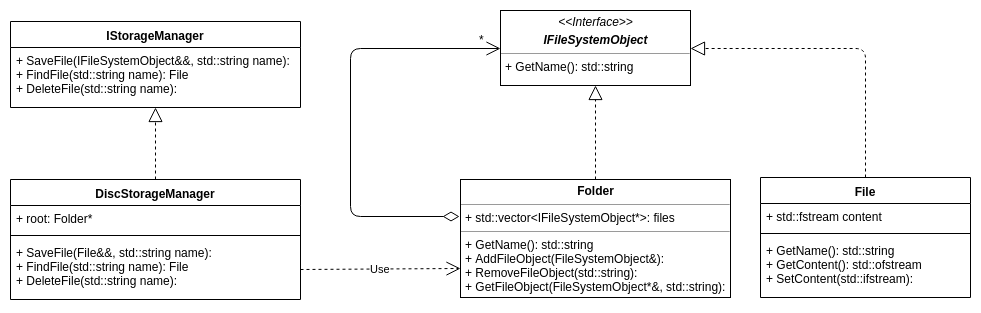
tp-contest/pickle-rick keeps this draw.io diagram as docs/FileStorageUML.png. Above is the earlier version. Source tidied: cells renumbered, new cells last; positions are measured from the earlier drawing's top-left corner, leaving out a move shared by most shapes.
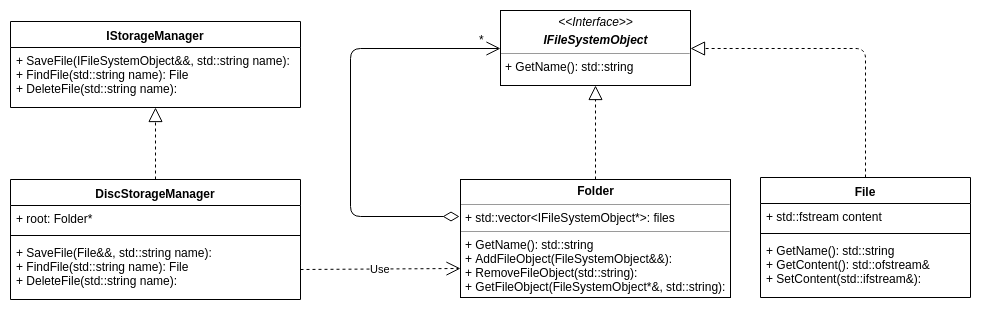
Later version of the same file.

Commit message:
changes to UML: now methods associated with file get and return a reference to *fstream

The edit, as a diff of the source:
```diff
@@ -14,10 +14,10 @@
     <mxCell id="5" style="line;strokeWidth=1;fillColor=none;align=left;verticalAlign=middle;spacingTop=-1;spacingLeft=3;spacingRight=3;labelPosition=right;" parent="3" vertex="1">
       <mxGeometry y="52" width="210" height="8" as="geometry" />
     </mxCell>
-    <mxCell id="6" value="+ GetName(): std::string&#10;+ GetContent(): std::ofstream&#10;+ SetContent(std::ifstream):&#10;" style="text;strokeColor=none;fillColor=none;align=left;verticalAlign=top;spacingLeft=4;spacingRight=4;overflow=hidden;" parent="3" vertex="1">
+    <mxCell id="6" value="+ GetName(): std::string&#10;+ GetContent(): std::ofstream&amp;&#10;+ SetContent(std::ifstream&amp;):&#10;" style="text;strokeColor=none;fillColor=none;align=left;verticalAlign=top;spacingLeft=4;spacingRight=4;overflow=hidden;" parent="3" vertex="1">
       <mxGeometry y="60" width="210" height="60" as="geometry" />
     </mxCell>
-    <mxCell id="7" value="&lt;p style=&quot;margin: 0px ; margin-top: 4px ; text-align: center&quot;&gt;&lt;b&gt;Folder&lt;/b&gt;&lt;/p&gt;&lt;hr size=&quot;1&quot;&gt;&lt;p style=&quot;margin: 0px ; margin-left: 4px&quot;&gt;+ std::vector&amp;lt;IFileSystemObject*&amp;gt;: files&lt;/p&gt;&lt;hr size=&quot;1&quot;&gt;&lt;p style=&quot;margin: 0px ; margin-left: 4px&quot;&gt;+ GetName(): std::string&lt;/p&gt;&lt;p style=&quot;margin: 0px ; margin-left: 4px&quot;&gt;+ AddFileObject(FileSystemObject&amp;amp;):&lt;/p&gt;&lt;p style=&quot;margin: 0px ; margin-left: 4px&quot;&gt;+ RemoveFileObject(std::string):&lt;/p&gt;&lt;p style=&quot;margin: 0px ; margin-left: 4px&quot;&gt;+ GetFileObject(FileSystemObject*&amp;amp;, std::string):&lt;/p&gt;" style="verticalAlign=top;align=left;overflow=fill;fontSize=12;fontFamily=Helvetica;html=1;" parent="1" vertex="1">
+    <mxCell id="7" value="&lt;p style=&quot;margin: 0px ; margin-top: 4px ; text-align: center&quot;&gt;&lt;b&gt;Folder&lt;/b&gt;&lt;/p&gt;&lt;hr size=&quot;1&quot;&gt;&lt;p style=&quot;margin: 0px ; margin-left: 4px&quot;&gt;+ std::vector&amp;lt;IFileSystemObject*&amp;gt;: files&lt;/p&gt;&lt;hr size=&quot;1&quot;&gt;&lt;p style=&quot;margin: 0px ; margin-left: 4px&quot;&gt;+ GetName(): std::string&lt;/p&gt;&lt;p style=&quot;margin: 0px ; margin-left: 4px&quot;&gt;+ AddFileObject(FileSystemObject&amp;amp;&amp;amp;):&lt;/p&gt;&lt;p style=&quot;margin: 0px ; margin-left: 4px&quot;&gt;+ RemoveFileObject(std::string):&lt;/p&gt;&lt;p style=&quot;margin: 0px ; margin-left: 4px&quot;&gt;+ GetFileObject(FileSystemObject*&amp;amp;, std::string):&lt;/p&gt;" style="verticalAlign=top;align=left;overflow=fill;fontSize=12;fontFamily=Helvetica;html=1;" parent="1" vertex="1">
       <mxGeometry x="450" y="169" width="270" height="118" as="geometry" />
     </mxCell>
     <mxCell id="8" value="&lt;br&gt;&lt;br&gt;" style="endArrow=open;html=1;endSize=12;startArrow=diamondThin;startSize=14;startFill=0;edgeStyle=orthogonalEdgeStyle;align=left;verticalAlign=bottom;entryX=0;entryY=0.5;entryDx=0;entryDy=0;exitX=-0.004;exitY=0.314;exitDx=0;exitDy=0;exitPerimeter=0;" parent="1" edge="1" source="7" target="2">
```
